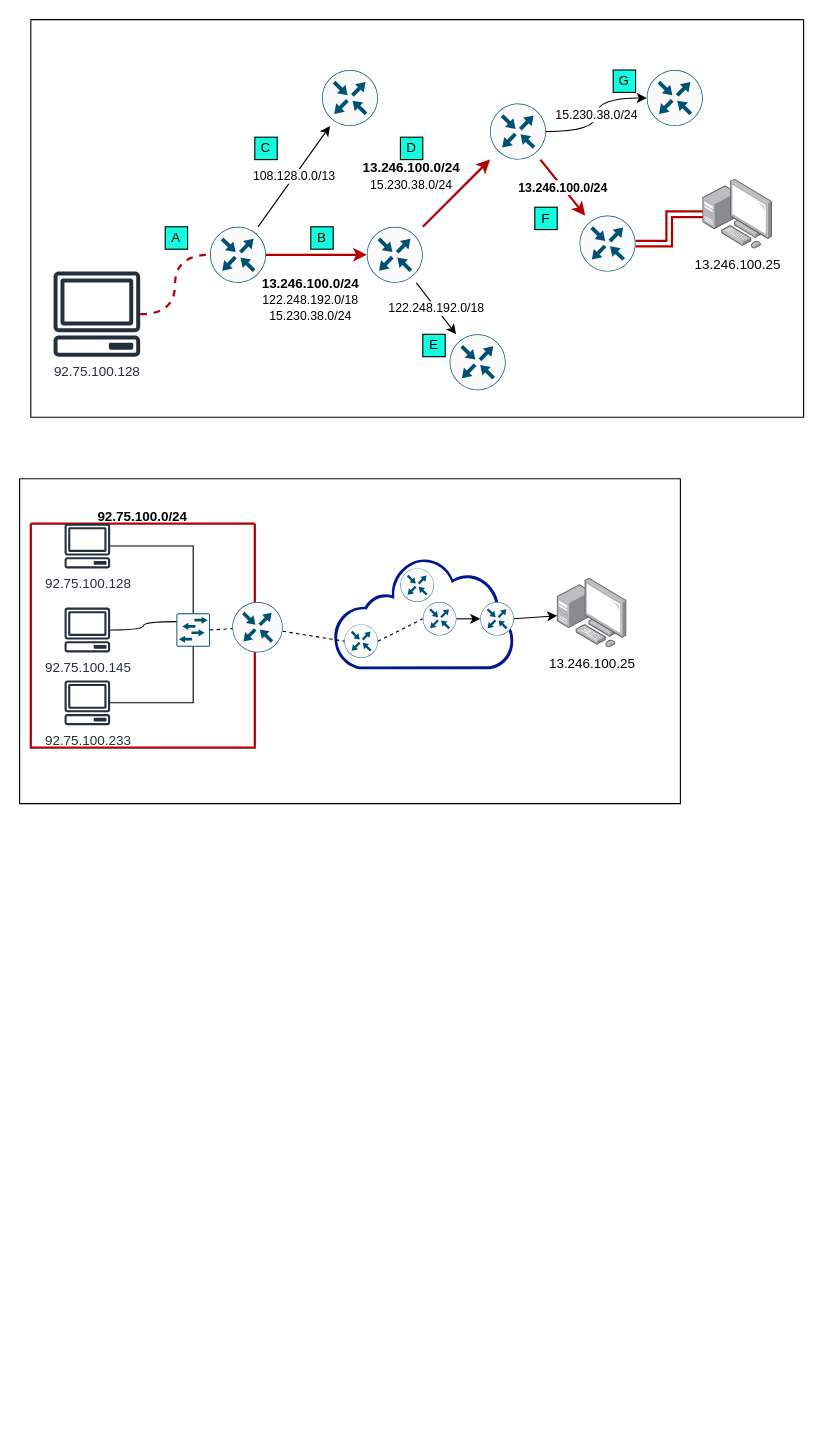
Above: study_architecture.drawio in GyuminGomin/Architecture (draw.io), before the change. Source tidied: cells renumbered, new cells numbered last; positions are measured from the earlier drawing's top-left corner, leaving out a move shared by most shapes. Both pictures are drawn from the tidied source at 112%, with x=0, y=0 at pixel (19, 19).
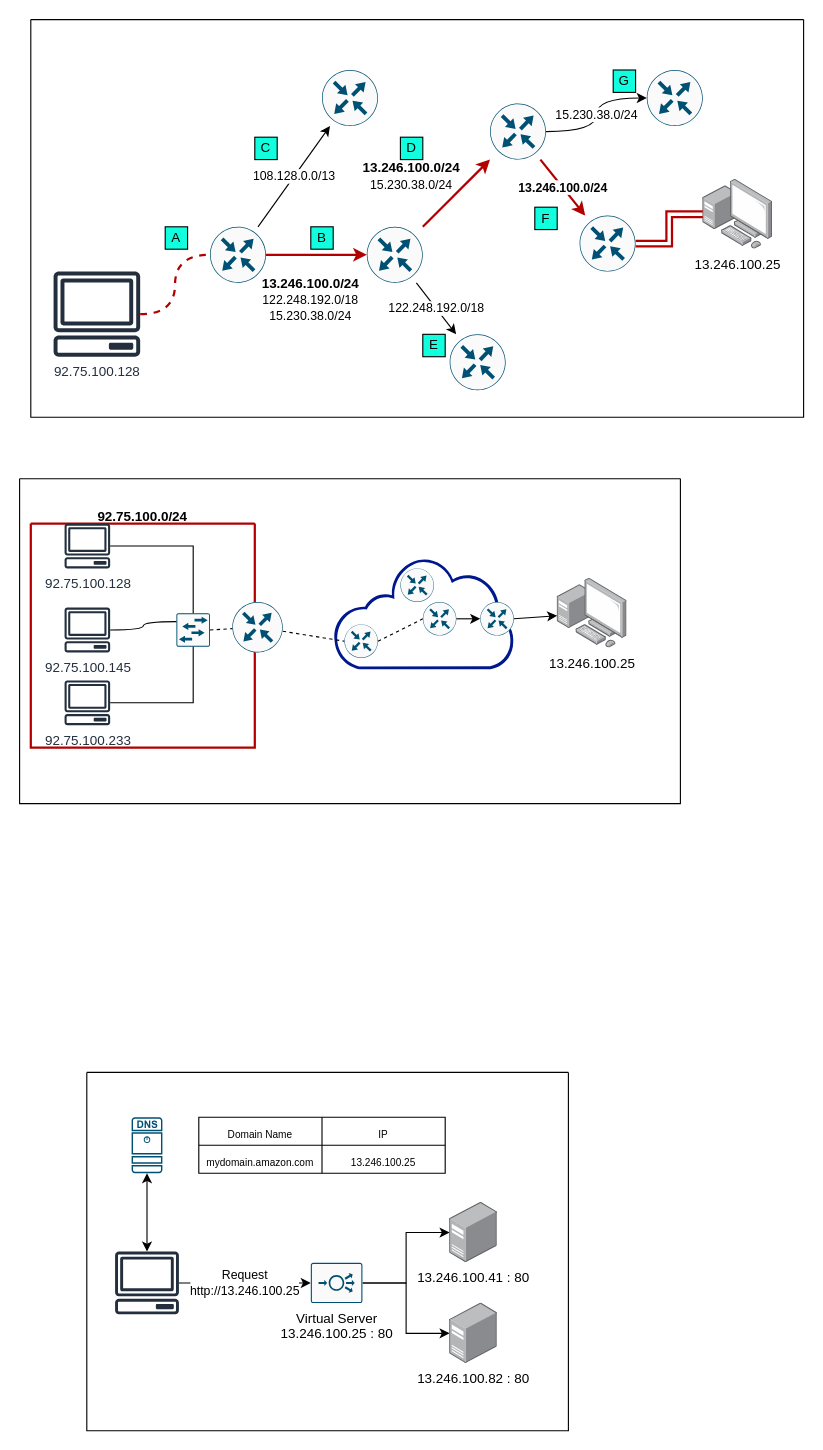
Above is the later version.

What changed in the source:
```diff
@@
+    <mxCell id="50" style="swimlane;startSize=0;" parent="1" vertex="1">
+      <mxGeometry x="60" y="940" width="430" height="320" as="geometry" />
+    </mxCell>
+    <mxCell id="51" style="sketch=0;points=[[0.015,0.015,0],[0.985,0.015,0],[0.985,0.985,0],[0.015,0.985,0],[0.25,0,0],[0.5,0,0],[0.75,0,0],[1,0.25,0],[1,0.5,0],[1,0.75,0],[0.75,1,0],[0.5,1,0],[0.25,1,0],[0,0.75,0],[0,0.5,0],[0,0.25,0]];verticalLabelPosition=bottom;html=1;verticalAlign=top;align=center;shape=mxgraph.cisco19.dns_server;fillColor=#005073;strokeColor=none;" parent="50" vertex="1">
+      <mxGeometry x="40" y="40" width="27.5" height="50" as="geometry" />
+    </mxCell>
+    <mxCell id="52" style="shape=table;startSize=0;childLayout=tableLayout;fontSize=16;" parent="50" vertex="1">
+      <mxGeometry x="100" y="40" width="220" height="50" as="geometry" />
+    </mxCell>
+    <mxCell id="53" style="shape=tableRow;horizontal=0;startSize=0;swimlaneHead=0;swimlaneBody=0;strokeColor=inherit;top=0;left=0;bottom=0;right=0;fillColor=none;fontSize=16;" parent="52" vertex="1">
+      <mxGeometry width="220" height="25" as="geometry" />
+    </mxCell>
+    <mxCell id="54" value="&lt;font style=&quot;font-size: 9px;&quot;&gt;Domain Name&lt;/font&gt;" style="shape=partialRectangle;html=1;whiteSpace=wrap;strokeColor=inherit;overflow=hidden;fillColor=none;top=0;left=0;bottom=0;right=0;fontSize=16;" parent="53" vertex="1">
+      <mxGeometry width="110" height="25" as="geometry" />
+    </mxCell>
+    <mxCell id="55" value="&lt;font style=&quot;font-size: 9px;&quot;&gt;IP&lt;/font&gt;" style="shape=partialRectangle;html=1;whiteSpace=wrap;strokeColor=inherit;overflow=hidden;fillColor=none;top=0;left=0;bottom=0;right=0;fontSize=16;" parent="53" vertex="1">
+      <mxGeometry x="110" width="110" height="25" as="geometry" />
+    </mxCell>
+    <mxCell id="56" style="shape=tableRow;horizontal=0;startSize=0;swimlaneHead=0;swimlaneBody=0;strokeColor=inherit;top=0;left=0;bottom=0;right=0;fillColor=none;fontSize=16;" parent="52" vertex="1">
+      <mxGeometry y="25" width="220" height="25" as="geometry" />
+    </mxCell>
+    <mxCell id="57" value="&lt;font style=&quot;font-size: 9px;&quot;&gt;mydomain.amazon.com&lt;/font&gt;" style="shape=partialRectangle;html=1;whiteSpace=wrap;strokeColor=inherit;overflow=hidden;fillColor=none;top=0;left=0;bottom=0;right=0;fontSize=16;" parent="56" vertex="1">
+      <mxGeometry width="110" height="25" as="geometry" />
+    </mxCell>
+    <mxCell id="58" value="&lt;font style=&quot;font-size: 9px;&quot;&gt;13.246.100.25&lt;/font&gt;" style="shape=partialRectangle;html=1;whiteSpace=wrap;strokeColor=inherit;overflow=hidden;fillColor=none;top=0;left=0;bottom=0;right=0;fontSize=16;" parent="56" vertex="1">
+      <mxGeometry x="110" width="110" height="25" as="geometry" />
+    </mxCell>
+    <mxCell id="59" value="Request&lt;br&gt;http://13.246.100.25" style="edgeStyle=orthogonalEdgeStyle;rounded=0;jettySize=auto;html=1;" parent="50" edge="1" source="60" target="63">
+      <mxGeometry relative="1" as="geometry" />
+    </mxCell>
+    <mxCell id="60" style="sketch=0;outlineConnect=0;fontColor=#232F3E;gradientColor=none;fillColor=#232F3D;strokeColor=none;dashed=0;verticalLabelPosition=bottom;verticalAlign=top;align=center;html=1;fontSize=12;fontStyle=0;shape=mxgraph.aws4.client;" parent="50" vertex="1">
+      <mxGeometry x="25" y="160" width="57.5" height="56" as="geometry" />
+    </mxCell>
+    <mxCell id="61" style="edgeStyle=orthogonalEdgeStyle;rounded=0;jettySize=auto;html=1;" parent="50" edge="1" source="63" target="64">
+      <mxGeometry relative="1" as="geometry" />
+    </mxCell>
+    <mxCell id="62" style="edgeStyle=orthogonalEdgeStyle;rounded=0;jettySize=auto;html=1;" parent="50" edge="1" source="63" target="65">
+      <mxGeometry relative="1" as="geometry" />
+    </mxCell>
+    <mxCell id="63" value="Virtual Server&lt;br&gt;13.246.100.25 : 80" style="sketch=0;points=[[0.015,0.015,0],[0.985,0.015,0],[0.985,0.985,0],[0.015,0.985,0],[0.25,0,0],[0.5,0,0],[0.75,0,0],[1,0.25,0],[1,0.5,0],[1,0.75,0],[0.75,1,0],[0.5,1,0],[0.25,1,0],[0,0.75,0],[0,0.5,0],[0,0.25,0]];verticalLabelPosition=bottom;html=1;verticalAlign=top;align=center;shape=mxgraph.cisco19.rect;prIcon=load_balancer;fillColor=#FAFAFA;strokeColor=#005073;" parent="50" vertex="1">
+      <mxGeometry x="200" y="170" width="46.1" height="36" as="geometry" />
+    </mxCell>
+    <mxCell id="64" value="13.246.100.41 : 80" style="image;points=[];html=1;align=center;shadow=0;dashed=0;image=img/lib/allied_telesis/computer_and_terminals/Server_Desktop.svg;" parent="50" vertex="1">
+      <mxGeometry x="324" y="116" width="42.6" height="54" as="geometry" />
+    </mxCell>
+    <mxCell id="65" value="13.246.100.82 : 80" style="image;points=[];html=1;align=center;shadow=0;dashed=0;image=img/lib/allied_telesis/computer_and_terminals/Server_Desktop.svg;" parent="50" vertex="1">
+      <mxGeometry x="324" y="206" width="42.6" height="54" as="geometry" />
+    </mxCell>
+    <mxCell id="66" style="endArrow=classic;startArrow=classic;html=1;rounded=0;" parent="50" edge="1" source="60" target="51">
+      <mxGeometry relative="1" as="geometry" />
+    </mxCell>
```
